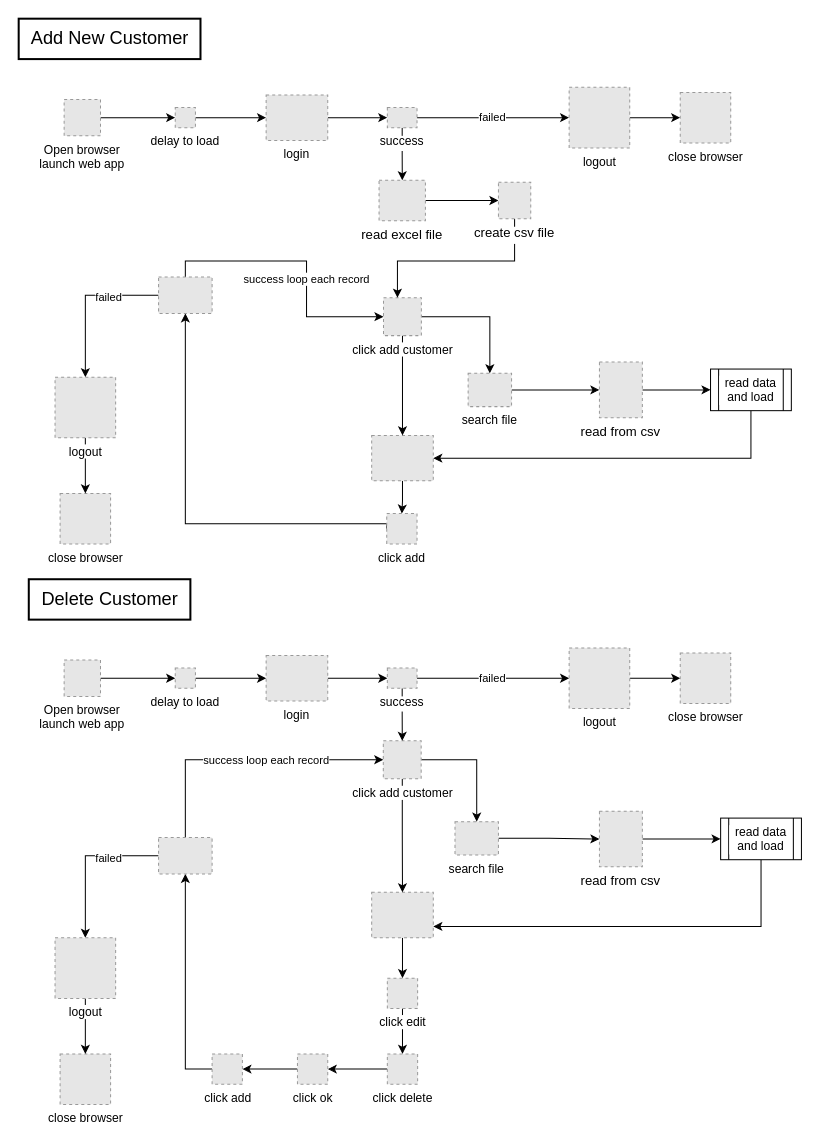
This is rpa-customer-data-load.drawio from jfruiz11375/rpa-diagrams, a draw.io file, before an edit. Source tidied: cells renumbered, new cells numbered last; positions are measured from the earlier drawing's top-left corner, leaving out a move shared by most shapes. Both pictures are drawn from the tidied source at 101%, with x=0, y=0 at pixel (18, 18). Pictures stored in the file or linked from it are replaced by grey dashed boxes.
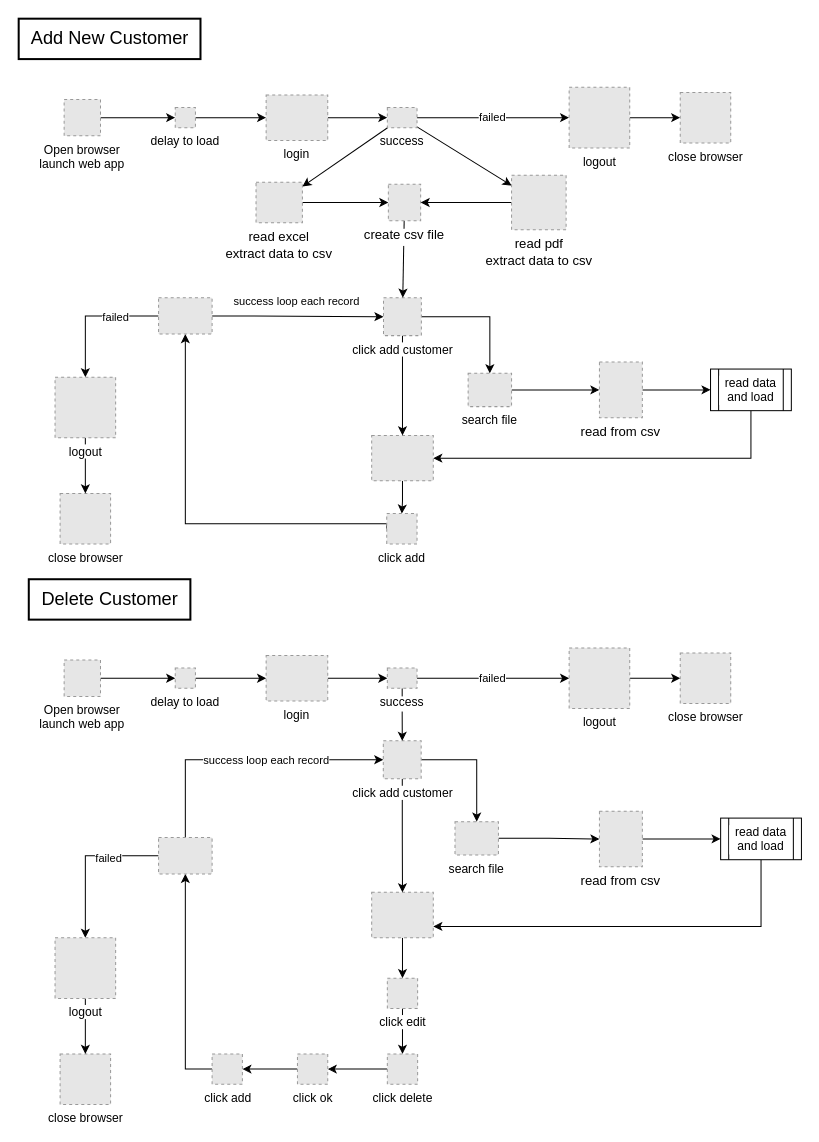
The same diagram, later.

Commit message:
Add the extact from pdf file

The change refers to these unchanged cells:
```xml
<mxCell id="15" value="click add customer" style="fillColor=#E6E6E6;strokeColor=#999999;dashed=1;html=1;verticalAlign=top;verticalLabelPosition=bottom;labelBackgroundColor=#ffffff;" parent="1" vertex="1">
  <mxGeometry x="361.2" y="276.3" width="37.5" height="37.5" as="geometry" />
</mxCell>
<mxCell id="18" value="success" style="fillColor=#E6E6E6;strokeColor=#999999;dashed=1;verticalLabelPosition=bottom;labelBackgroundColor=#ffffff;verticalAlign=top;" parent="1" vertex="1">
  <mxGeometry x="365" y="88" width="29.4" height="20" as="geometry" />
</mxCell>
```

Change to the diagram source:
```diff
@@
-    <mxCell id="17" style="edgeStyle=orthogonalEdgeStyle;rounded=0;jettySize=auto;html=1;fontSize=13;" parent="1" edge="1" source="18" target="73">
+    <mxCell id="17" style="rounded=0;jettySize=auto;html=1;fontSize=13;" parent="1" edge="1" source="18" target="73">
       <mxGeometry relative="1" as="geometry" />
     </mxCell>
+    <mxCell id="76" style="edgeStyle=none;rounded=0;jettySize=auto;html=1;fontSize=13;" parent="1" edge="1" source="18" target="78">
+      <mxGeometry relative="1" as="geometry" />
+    </mxCell>
@@
-    <mxCell id="23" value="success loop each record" style="edgeStyle=orthogonalEdgeStyle;rounded=0;jettySize=auto;html=1;exitX=0.5;exitY=0;exitDx=0;exitDy=0;entryX=0;entryY=0.5;entryDx=0;entryDy=0;" parent="1" edge="1" source="25" target="15">
-      <mxGeometry x="0.15" relative="1" as="geometry">
+    <mxCell id="23" value="success loop each record" style="edgeStyle=orthogonalEdgeStyle;rounded=0;jettySize=auto;html=1;exitX=1;exitY=0.5;exitDx=0;exitDy=0;entryX=0;entryY=0.5;entryDx=0;entryDy=0;" parent="1" edge="1" source="25" target="15">
+      <mxGeometry x="-0.02" y="15" relative="1" as="geometry">
         <Array as="points">
-          <mxPoint x="165" y="240" />
-          <mxPoint x="285" y="240" />
-          <mxPoint x="285" y="295" />
+          <mxPoint x="195" y="294" />
         </Array>
       </mxGeometry>
     </mxCell>
@@
     <mxCell id="25" style="fillColor=#E6E6E6;strokeColor=#999999;dashed=1;verticalLabelPosition=bottom;labelBackgroundColor=#ffffff;verticalAlign=top;" parent="1" vertex="1">
-      <mxGeometry x="138.5" y="255.8" width="53" height="36" as="geometry" />
+      <mxGeometry x="138.5" y="276.3" width="53" height="36" as="geometry" />
     </mxCell>
@@
-    <mxCell id="73" value="read excel file" style="fillColor=#E6E6E6;strokeColor=#999999;dashed=1;verticalLabelPosition=bottom;labelBackgroundColor=#ffffff;verticalAlign=top;fontSize=13;" parent="1" vertex="1">
-      <mxGeometry x="356.8" y="160" width="45.9" height="40" as="geometry" />
+    <mxCell id="73" value="read excel&#10;extract data to csv&#10;" style="fillColor=#E6E6E6;strokeColor=#999999;dashed=1;verticalLabelPosition=bottom;labelBackgroundColor=#ffffff;verticalAlign=top;fontSize=13;" parent="1" vertex="1">
+      <mxGeometry x="235" y="162" width="45.9" height="40" as="geometry" />
     </mxCell>
-    <mxCell id="74" style="edgeStyle=orthogonalEdgeStyle;rounded=0;jettySize=auto;html=1;fontSize=13;" parent="1" edge="1" source="75" target="15">
-      <mxGeometry relative="1" as="geometry">
-        <Array as="points">
-          <mxPoint x="491" y="240" />
-          <mxPoint x="375" y="240" />
-        </Array>
-      </mxGeometry>
+    <mxCell id="74" style="edgeStyle=none;rounded=0;jettySize=auto;html=1;fontSize=13;" parent="1" edge="1" source="75" target="15">
+      <mxGeometry relative="1" as="geometry" />
     </mxCell>
     <mxCell id="75" value="create csv file" style="fillColor=#E6E6E6;strokeColor=#999999;dashed=1;verticalLabelPosition=bottom;labelBackgroundColor=#ffffff;verticalAlign=top;fontSize=13;" parent="1" vertex="1">
-      <mxGeometry x="475" y="162" width="32" height="36" as="geometry" />
+      <mxGeometry x="366" y="164" width="32" height="36" as="geometry" />
     </mxCell>
+    <mxCell id="77" style="edgeStyle=none;rounded=0;jettySize=auto;html=1;fontSize=13;" parent="1" edge="1" source="78" target="75">
+      <mxGeometry relative="1" as="geometry" />
+    </mxCell>
+    <mxCell id="78" value="&lt;div&gt;read pdf&lt;/div&gt;&lt;div&gt;extract data to csv&lt;/div&gt;" style="fillColor=#E6E6E6;strokeColor=#999999;dashed=1;html=1;verticalAlign=top;verticalLabelPosition=bottom;labelBackgroundColor=#ffffff;fontSize=13;" parent="1" vertex="1">
+      <mxGeometry x="488" y="155" width="54" height="54" as="geometry" />
+    </mxCell>
```
